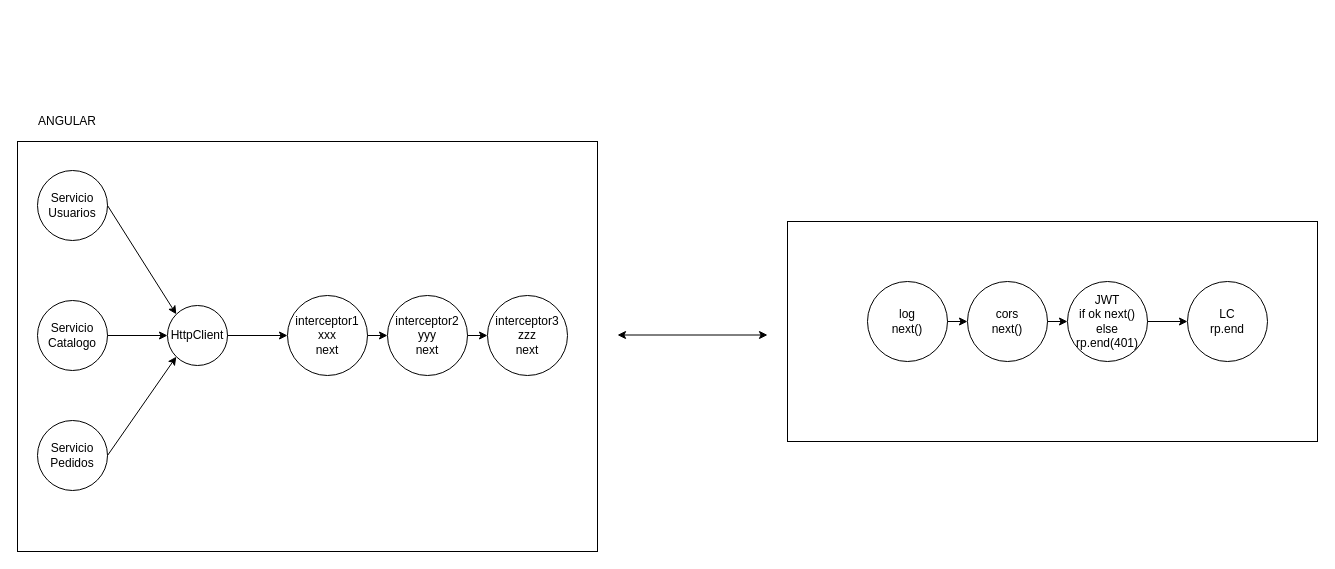
This is page "Interceptores_Angular" (50 of 69) of diagramas.drawio from almoril00/MEAN, a draw.io file, before an edit. Source tidied: cells renumbered, new cells numbered last; positions are measured from the earlier drawing's top-left corner, leaving out a move shared by most shapes. Both pictures are drawn from the tidied source at 100%, with x=0, y=0 at pixel (17, 111).
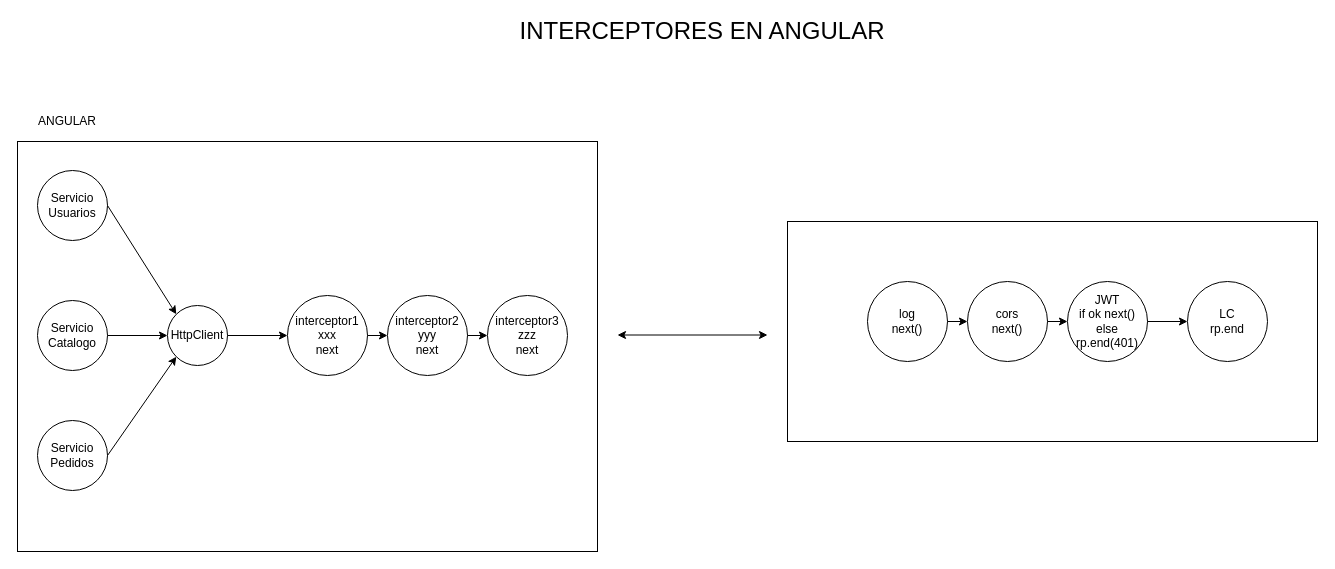
After the change.

Diff of the diagram source:
```diff
@@
+    <mxCell id="26" value="&lt;font style=&quot;font-size: 24px&quot;&gt;INTERCEPTORES EN ANGULAR&lt;/font&gt;" style="text;html=1;strokeColor=none;fillColor=none;align=center;verticalAlign=middle;whiteSpace=wrap;rounded=0;" parent="1" vertex="1">
+      <mxGeometry x="480" y="-90" width="410" height="20" as="geometry" />
+    </mxCell>
```
